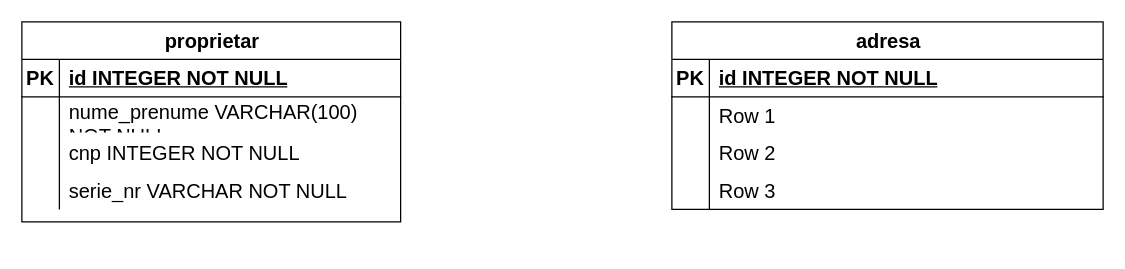
The draw.io diagram evidenta proprietari.drawio in vitorjurj/modelare_db, before the edit. Source tidied: cells renumbered, new cells numbered last; positions are measured from the earlier drawing's top-left corner, leaving out a move shared by most shapes. Both pictures are drawn from the tidied source at 125%, with x=0, y=0 at pixel (21, 21).
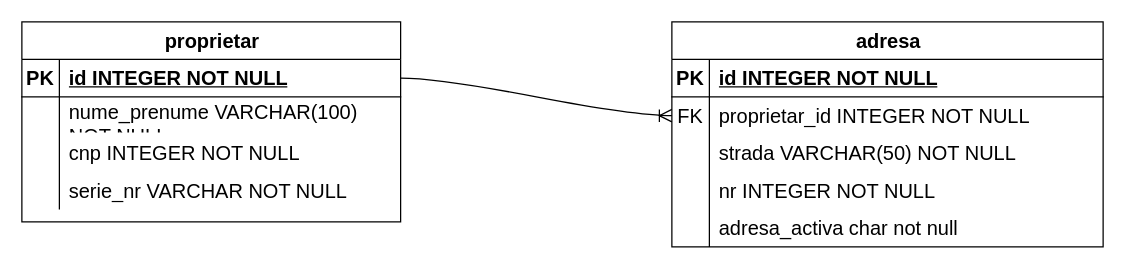
After the change.

Unchanged cells that the change refers to:
```xml
<mxCell id="3" style="shape=tableRow;horizontal=0;startSize=0;swimlaneHead=0;swimlaneBody=0;fillColor=none;points=[[0,0.5],[1,0.5]];portConstraint=eastwest;top=0;left=0;right=0;bottom=1;fontSize=16;" parent="2" vertex="1">
  <mxGeometry y="30" width="303" height="30" as="geometry" />
</mxCell>
<mxCell id="19" style="shape=tableRow;horizontal=0;startSize=0;swimlaneHead=0;swimlaneBody=0;fillColor=none;points=[[0,0.5],[1,0.5]];portConstraint=eastwest;top=0;left=0;right=0;bottom=0;fontSize=16;" parent="15" vertex="1">
  <mxGeometry y="60" width="345" height="30" as="geometry" />
</mxCell>
<mxCell id="22" style="shape=tableRow;horizontal=0;startSize=0;swimlaneHead=0;swimlaneBody=0;fillColor=none;top=0;left=0;right=0;bottom=0;fontSize=16;" parent="15" vertex="1">
  <mxGeometry y="90" width="345" height="30" as="geometry" />
</mxCell>
<mxCell id="25" style="shape=tableRow;horizontal=0;startSize=0;swimlaneHead=0;swimlaneBody=0;fillColor=none;top=0;left=0;right=0;bottom=0;fontSize=16;" parent="15" vertex="1">
  <mxGeometry y="120" width="345" height="30" as="geometry" />
</mxCell>
```

What changed in the source:
```diff
@@
     <mxCell id="15" value="adresa" style="shape=table;startSize=30;childLayout=tableLayout;rowLines=0;fontStyle=1;align=center;html=1;fontSize=16;" parent="1" vertex="1">
-      <mxGeometry x="520" width="345" height="150" as="geometry" />
+      <mxGeometry x="520" width="345" height="180" as="geometry" />
     </mxCell>
@@
-    <mxCell id="20" style="shape=partialRectangle;fillColor=none;top=0;left=0;bottom=0;right=0;overflow=hidden;whiteSpace=wrap;html=1;fontSize=16;" parent="19" vertex="1">
+    <mxCell id="20" value="FK" style="shape=partialRectangle;fillColor=none;top=0;left=0;bottom=0;right=0;overflow=hidden;whiteSpace=wrap;html=1;fontSize=16;" parent="19" vertex="1">
       <mxGeometry width="30" height="30" as="geometry" />
     </mxCell>
-    <mxCell id="21" value="Row 1" style="shape=partialRectangle;fillColor=none;top=0;left=0;bottom=0;right=0;align=left;spacingLeft=6;overflow=hidden;whiteSpace=wrap;html=1;fontSize=16;" parent="19" vertex="1">
+    <mxCell id="21" value="proprietar_id&amp;nbsp;INTEGER NOT NULL" style="shape=partialRectangle;fillColor=none;top=0;left=0;bottom=0;right=0;align=left;spacingLeft=6;overflow=hidden;whiteSpace=wrap;html=1;fontSize=16;" parent="19" vertex="1">
       <mxGeometry x="30" width="315" height="30" as="geometry" />
     </mxCell>
@@
-    <mxCell id="24" value="Row 2" style="shape=partialRectangle;fillColor=none;top=0;left=0;bottom=0;right=0;align=left;spacingLeft=6;overflow=hidden;whiteSpace=wrap;html=1;fontSize=16;" parent="22" vertex="1">
+    <mxCell id="24" value="strada VARCHAR(50) NOT NULL" style="shape=partialRectangle;fillColor=none;top=0;left=0;bottom=0;right=0;align=left;spacingLeft=6;overflow=hidden;whiteSpace=wrap;html=1;fontSize=16;" parent="22" vertex="1">
       <mxGeometry x="30" width="315" height="30" as="geometry" />
     </mxCell>
@@
-    <mxCell id="27" value="Row 3" style="shape=partialRectangle;fillColor=none;top=0;left=0;bottom=0;right=0;align=left;spacingLeft=6;overflow=hidden;whiteSpace=wrap;html=1;fontSize=16;" parent="25" vertex="1">
+    <mxCell id="27" value="nr INTEGER NOT NULL" style="shape=partialRectangle;fillColor=none;top=0;left=0;bottom=0;right=0;align=left;spacingLeft=6;overflow=hidden;whiteSpace=wrap;html=1;fontSize=16;" parent="25" vertex="1">
       <mxGeometry x="30" width="315" height="30" as="geometry" />
     </mxCell>
+    <mxCell id="28" style="shape=tableRow;horizontal=0;startSize=0;swimlaneHead=0;swimlaneBody=0;fillColor=none;top=0;left=0;right=0;bottom=0;fontSize=16;" parent="15" vertex="1">
+      <mxGeometry y="150" width="345" height="30" as="geometry" />
+    </mxCell>
+    <mxCell id="29" style="shape=partialRectangle;fillColor=none;top=0;left=0;bottom=0;right=0;overflow=hidden;whiteSpace=wrap;html=1;fontSize=16;" parent="28" vertex="1">
+      <mxGeometry width="30" height="30" as="geometry" />
+    </mxCell>
+    <mxCell id="30" value="adresa_activa char not null" style="shape=partialRectangle;fillColor=none;top=0;left=0;bottom=0;right=0;align=left;spacingLeft=6;overflow=hidden;whiteSpace=wrap;html=1;fontSize=16;" parent="28" vertex="1">
+      <mxGeometry x="30" width="315" height="30" as="geometry" />
+    </mxCell>
+    <mxCell id="31" style="edgeStyle=entityRelationEdgeStyle;fontSize=12;html=1;endArrow=ERoneToMany;rounded=0;startSize=8;endSize=8;curved=1;exitX=1;exitY=0.5;exitDx=0;exitDy=0;entryX=0;entryY=0.5;entryDx=0;entryDy=0;" parent="1" edge="1" source="3" target="19">
+      <mxGeometry relative="1" as="geometry" />
+    </mxCell>
```
